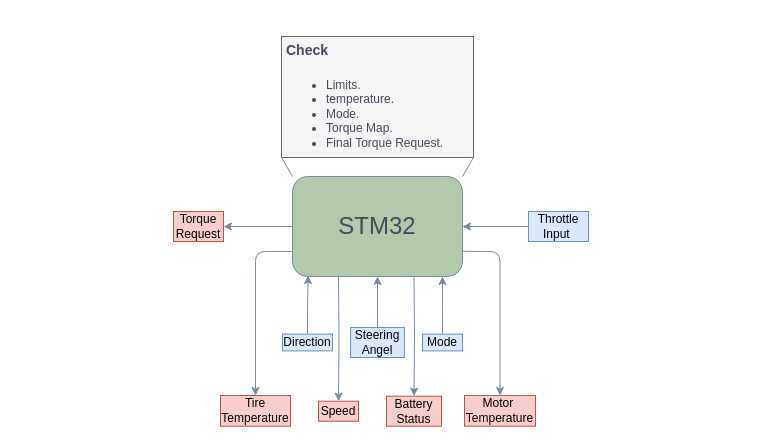
Mostafa1Mahmoud/FlowChartofCarControlingSystem keeps this draw.io diagram as VCU Diagram.drawio. Above is the earlier version. Source tidied: cells renumbered, new cells numbered last; positions are measured from the earlier drawing's top-left corner, leaving out a move shared by most shapes. Both pictures are drawn from the tidied source at 100%, with x=0, y=0 at pixel (173, 27).
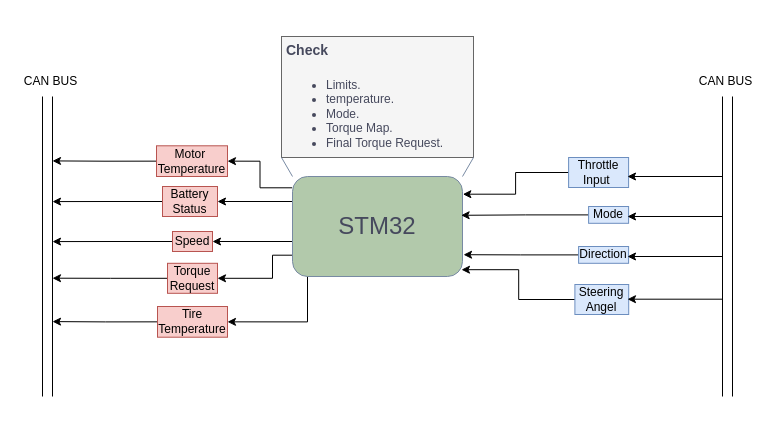
The same page after the edit.

Unchanged cells that the change refers to:
```xml
<mxCell id="6" style="rounded=1;whiteSpace=wrap;html=1;sketch=0;fontColor=#46495D;strokeColor=#788AA3;fillColor=#B2C9AB;" parent="1" vertex="1">
  <mxGeometry x="119" y="149" width="170" height="100" as="geometry" />
</mxCell>
```

What changed in the source:
```diff
@@
+    <mxCell id="26" style="edgeStyle=orthogonalEdgeStyle;rounded=0;jettySize=auto;html=1;exitX=-0.002;exitY=0.113;exitDx=0;exitDy=0;entryX=1;entryY=0.5;entryDx=0;entryDy=0;exitPerimeter=0;" parent="1" edge="1" source="6" target="23">
+      <mxGeometry relative="1" as="geometry" />
+    </mxCell>
+    <mxCell id="27" style="edgeStyle=orthogonalEdgeStyle;rounded=0;jettySize=auto;html=1;exitX=0;exitY=0.25;exitDx=0;exitDy=0;entryX=1;entryY=0.5;entryDx=0;entryDy=0;" parent="1" edge="1" source="6" target="20">
+      <mxGeometry relative="1" as="geometry" />
+    </mxCell>
+    <mxCell id="28" style="edgeStyle=orthogonalEdgeStyle;rounded=0;jettySize=auto;html=1;exitX=0;exitY=0.75;exitDx=0;exitDy=0;entryX=1;entryY=0.5;entryDx=0;entryDy=0;" parent="1" edge="1" source="6" target="21">
+      <mxGeometry relative="1" as="geometry">
+        <Array as="points">
+          <mxPoint x="119" y="214" />
+        </Array>
+      </mxGeometry>
+    </mxCell>
-    <mxCell id="2" style="edgeStyle=orthogonalEdgeStyle;curved=0;rounded=1;sketch=0;jettySize=auto;html=1;exitX=0;exitY=0.5;exitDx=0;exitDy=0;entryX=1;entryY=0.5;entryDx=0;entryDy=0;fontColor=#46495D;strokeColor=#788AA3;fillColor=#B2C9AB;" parent="1" edge="1" source="6" target="19">
-      <mxGeometry relative="1" as="geometry" />
+    <mxCell id="2" style="edgeStyle=orthogonalEdgeStyle;rounded=0;jettySize=auto;html=1;entryX=1;entryY=0.5;entryDx=0;entryDy=0;exitX=0.008;exitY=0.787;exitDx=0;exitDy=0;exitPerimeter=0;" parent="1" edge="1" source="6" target="19">
+      <mxGeometry relative="1" as="geometry">
+        <Array as="points">
+          <mxPoint x="99" y="228" />
+          <mxPoint x="99" y="251" />
+        </Array>
+      </mxGeometry>
     </mxCell>
-    <mxCell id="3" style="edgeStyle=orthogonalEdgeStyle;curved=0;rounded=1;sketch=0;jettySize=auto;html=1;exitX=0.75;exitY=1;exitDx=0;exitDy=0;entryX=0.5;entryY=0;entryDx=0;entryDy=0;fontColor=#46495D;strokeColor=#788AA3;fillColor=#B2C9AB;" parent="1" edge="1" target="20">
-      <mxGeometry relative="1" as="geometry">
-        <mxPoint x="240.5" y="250" as="sourcePoint" />
-      </mxGeometry>
-    </mxCell>
-    <mxCell id="4" style="edgeStyle=orthogonalEdgeStyle;curved=0;rounded=1;sketch=0;jettySize=auto;html=1;exitX=1;exitY=0.75;exitDx=0;exitDy=0;entryX=0.5;entryY=0;entryDx=0;entryDy=0;fontColor=#46495D;strokeColor=#788AA3;fillColor=#B2C9AB;" parent="1" edge="1" target="23">
-      <mxGeometry relative="1" as="geometry">
-        <mxPoint x="283" y="223.7" as="sourcePoint" />
-      </mxGeometry>
-    </mxCell>
-    <mxCell id="5" style="edgeStyle=orthogonalEdgeStyle;curved=0;rounded=1;sketch=0;jettySize=auto;html=1;exitX=0;exitY=0.75;exitDx=0;exitDy=0;entryX=0.5;entryY=0;entryDx=0;entryDy=0;fontColor=#46495D;strokeColor=#788AA3;fillColor=#B2C9AB;" parent="1" edge="1" source="6" target="24">
-      <mxGeometry relative="1" as="geometry" />
+    <mxCell id="5" style="edgeStyle=orthogonalEdgeStyle;rounded=0;jettySize=auto;html=1;exitX=0.25;exitY=1;exitDx=0;exitDy=0;entryX=1;entryY=0.5;entryDx=0;entryDy=0;" parent="1" edge="1" source="6" target="24">
+      <mxGeometry relative="1" as="geometry">
+        <Array as="points">
+          <mxPoint x="134" y="249" />
+          <mxPoint x="134" y="294" />
+        </Array>
+      </mxGeometry>
     </mxCell>
@@
-    <mxCell id="8" style="edgeStyle=orthogonalEdgeStyle;curved=0;rounded=1;sketch=0;jettySize=auto;html=1;exitX=0;exitY=0.5;exitDx=0;exitDy=0;entryX=1;entryY=0.5;entryDx=0;entryDy=0;fontColor=#46495D;strokeColor=#788AA3;fillColor=#B2C9AB;" parent="1" edge="1" source="9" target="6">
+    <mxCell id="8" style="edgeStyle=orthogonalEdgeStyle;rounded=0;jettySize=auto;html=1;exitX=0;exitY=0.5;exitDx=0;exitDy=0;entryX=1.002;entryY=0.177;entryDx=0;entryDy=0;entryPerimeter=0;" parent="1" edge="1" source="9" target="6">
       <mxGeometry relative="1" as="geometry" />
     </mxCell>
     <mxCell id="9" value="Throttle Input&amp;nbsp;" style="text;html=1;strokeColor=#6c8ebf;fillColor=#dae8fc;align=center;verticalAlign=middle;whiteSpace=wrap;rounded=0;sketch=0;" parent="1" vertex="1">
-      <mxGeometry x="355" y="184" width="60" height="30" as="geometry" />
+      <mxGeometry x="395.1" y="130" width="60" height="30" as="geometry" />
     </mxCell>
-    <mxCell id="10" style="edgeStyle=orthogonalEdgeStyle;curved=0;rounded=1;sketch=0;jettySize=auto;html=1;exitX=0.5;exitY=0;exitDx=0;exitDy=0;entryX=0.882;entryY=1;entryDx=0;entryDy=0;entryPerimeter=0;fontColor=#46495D;strokeColor=#788AA3;fillColor=#B2C9AB;" parent="1" edge="1" source="11" target="6">
+    <mxCell id="10" style="edgeStyle=orthogonalEdgeStyle;rounded=0;jettySize=auto;html=1;exitX=0;exitY=0.5;exitDx=0;exitDy=0;entryX=0.992;entryY=0.388;entryDx=0;entryDy=0;entryPerimeter=0;" parent="1" edge="1" source="11" target="6">
       <mxGeometry relative="1" as="geometry" />
     </mxCell>
     <mxCell id="11" value="Mode" style="text;html=1;strokeColor=#6c8ebf;fillColor=#dae8fc;align=center;verticalAlign=middle;whiteSpace=wrap;rounded=0;sketch=0;" parent="1" vertex="1">
-      <mxGeometry x="249" y="306.6" width="40" height="16.8" as="geometry" />
+      <mxGeometry x="415.1" y="179" width="40" height="16.8" as="geometry" />
     </mxCell>
@@
-    <mxCell id="15" style="edgeStyle=orthogonalEdgeStyle;curved=0;rounded=1;sketch=0;jettySize=auto;html=1;exitX=0.5;exitY=0;exitDx=0;exitDy=0;entryX=0.5;entryY=1;entryDx=0;entryDy=0;fontColor=#46495D;strokeColor=#788AA3;fillColor=#B2C9AB;" parent="1" edge="1" source="16" target="6">
+    <mxCell id="15" style="edgeStyle=orthogonalEdgeStyle;rounded=0;jettySize=auto;html=1;exitX=0;exitY=0.5;exitDx=0;exitDy=0;entryX=0.994;entryY=0.932;entryDx=0;entryDy=0;entryPerimeter=0;" parent="1" edge="1" source="16" target="6">
       <mxGeometry relative="1" as="geometry" />
     </mxCell>
     <mxCell id="16" value="Steering Angel" style="text;html=1;strokeColor=#6c8ebf;fillColor=#dae8fc;align=center;verticalAlign=middle;whiteSpace=wrap;rounded=0;sketch=0;" parent="1" vertex="1">
-      <mxGeometry x="177.1" y="300" width="53.8" height="30" as="geometry" />
+      <mxGeometry x="401.4" y="257" width="53.8" height="30" as="geometry" />
     </mxCell>
-    <mxCell id="17" style="edgeStyle=orthogonalEdgeStyle;curved=0;rounded=1;sketch=0;jettySize=auto;html=1;exitX=0.5;exitY=0;exitDx=0;exitDy=0;entryX=0.092;entryY=0.99;entryDx=0;entryDy=0;entryPerimeter=0;fontColor=#46495D;strokeColor=#788AA3;fillColor=#B2C9AB;" parent="1" edge="1" source="18" target="6">
+    <mxCell id="17" style="edgeStyle=orthogonalEdgeStyle;rounded=0;jettySize=auto;html=1;exitX=0;exitY=0.5;exitDx=0;exitDy=0;entryX=1.006;entryY=0.782;entryDx=0;entryDy=0;entryPerimeter=0;" parent="1" edge="1" source="18" target="6">
       <mxGeometry relative="1" as="geometry" />
     </mxCell>
     <mxCell id="18" value="Direction" style="text;html=1;strokeColor=#6c8ebf;fillColor=#dae8fc;align=center;verticalAlign=middle;whiteSpace=wrap;rounded=0;sketch=0;" parent="1" vertex="1">
-      <mxGeometry x="109" y="306.6" width="50" height="16.8" as="geometry" />
+      <mxGeometry x="405.1" y="219" width="50" height="16.8" as="geometry" />
     </mxCell>
+    <mxCell id="29" style="edgeStyle=orthogonalEdgeStyle;rounded=0;jettySize=auto;html=1;exitX=0;exitY=0.5;exitDx=0;exitDy=0;" parent="1" edge="1" source="19">
+      <mxGeometry relative="1" as="geometry">
+        <mxPoint x="-121" y="250.7" as="targetPoint" />
+      </mxGeometry>
+    </mxCell>
     <mxCell id="19" value="Torque Request" style="text;html=1;strokeColor=#b85450;fillColor=#f8cecc;align=center;verticalAlign=middle;whiteSpace=wrap;rounded=0;sketch=0;" parent="1" vertex="1">
-      <mxGeometry y="184" width="50" height="30" as="geometry" />
+      <mxGeometry x="-6" y="235.8" width="50" height="30" as="geometry" />
     </mxCell>
+    <mxCell id="30" style="edgeStyle=orthogonalEdgeStyle;rounded=0;jettySize=auto;html=1;exitX=0;exitY=0.5;exitDx=0;exitDy=0;" parent="1" edge="1" source="20">
+      <mxGeometry relative="1" as="geometry">
+        <mxPoint x="-121" y="174.1" as="targetPoint" />
+      </mxGeometry>
+    </mxCell>
     <mxCell id="20" value="Battery Status" style="text;html=1;strokeColor=#b85450;fillColor=#f8cecc;align=center;verticalAlign=middle;whiteSpace=wrap;rounded=0;sketch=0;" parent="1" vertex="1">
-      <mxGeometry x="213" y="368.7" width="55" height="30" as="geometry" />
+      <mxGeometry x="-11" y="159" width="55" height="30" as="geometry" />
     </mxCell>
+    <mxCell id="31" style="edgeStyle=orthogonalEdgeStyle;rounded=0;jettySize=auto;html=1;exitX=0;exitY=0.5;exitDx=0;exitDy=0;" parent="1" edge="1" source="21">
+      <mxGeometry relative="1" as="geometry">
+        <mxPoint x="-121" y="214.1" as="targetPoint" />
+      </mxGeometry>
+    </mxCell>
     <mxCell id="21" value="Speed" style="text;html=1;strokeColor=#b85450;fillColor=#f8cecc;align=center;verticalAlign=middle;whiteSpace=wrap;rounded=0;sketch=0;" parent="1" vertex="1">
-      <mxGeometry x="145" y="373.7" width="40" height="20" as="geometry" />
+      <mxGeometry x="-1" y="204" width="40" height="20" as="geometry" />
     </mxCell>
-    <mxCell id="22" style="edgeStyle=orthogonalEdgeStyle;curved=0;rounded=1;sketch=0;jettySize=auto;html=1;exitX=0.75;exitY=1;exitDx=0;exitDy=0;entryX=0.5;entryY=0;entryDx=0;entryDy=0;fontColor=#46495D;strokeColor=#788AA3;fillColor=#B2C9AB;" parent="1" edge="1" target="21">
-      <mxGeometry relative="1" as="geometry">
-        <mxPoint x="165" y="249" as="sourcePoint" />
-      </mxGeometry>
-    </mxCell>
+    <mxCell id="32" style="edgeStyle=orthogonalEdgeStyle;rounded=0;jettySize=auto;html=1;exitX=0;exitY=0.5;exitDx=0;exitDy=0;" parent="1" edge="1" source="23">
+      <mxGeometry relative="1" as="geometry">
+        <mxPoint x="-121" y="133.4" as="targetPoint" />
+      </mxGeometry>
+    </mxCell>
     <mxCell id="23" value="Motor&amp;nbsp;&lt;br&gt;Temperature" style="text;html=1;strokeColor=#b85450;fillColor=#f8cecc;align=center;verticalAlign=middle;whiteSpace=wrap;rounded=0;sketch=0;" parent="1" vertex="1">
-      <mxGeometry x="291" y="368" width="71" height="30.7" as="geometry" />
+      <mxGeometry x="-17" y="118.3" width="71" height="30.7" as="geometry" />
     </mxCell>
+    <mxCell id="33" style="edgeStyle=orthogonalEdgeStyle;rounded=0;jettySize=auto;html=1;exitX=0;exitY=0.5;exitDx=0;exitDy=0;" parent="1" edge="1" source="24">
+      <mxGeometry relative="1" as="geometry">
+        <mxPoint x="-121" y="294.1" as="targetPoint" />
+      </mxGeometry>
+    </mxCell>
     <mxCell id="24" value="Tire&lt;br&gt;Temperature" style="text;html=1;strokeColor=#b85450;fillColor=#f8cecc;align=center;verticalAlign=middle;whiteSpace=wrap;rounded=0;sketch=0;" parent="1" vertex="1">
-      <mxGeometry x="47" y="368" width="70" height="30.7" as="geometry" />
+      <mxGeometry x="-16" y="279" width="70" height="30.7" as="geometry" />
     </mxCell>
@@
+    <mxCell id="34" style="endArrow=none;html=1;" parent="1" edge="1">
+      <mxGeometry relative="1" as="geometry">
+        <mxPoint x="559" y="369" as="sourcePoint" />
+        <mxPoint x="559" y="69" as="targetPoint" />
+      </mxGeometry>
+    </mxCell>
+    <mxCell id="35" style="endArrow=none;html=1;" parent="1" edge="1">
+      <mxGeometry relative="1" as="geometry">
+        <mxPoint x="549" y="369" as="sourcePoint" />
+        <mxPoint x="549" y="69" as="targetPoint" />
+      </mxGeometry>
+    </mxCell>
+    <mxCell id="36" style="endArrow=none;html=1;" parent="1" edge="1">
+      <mxGeometry relative="1" as="geometry">
+        <mxPoint x="-121" y="369" as="sourcePoint" />
+        <mxPoint x="-121" y="69" as="targetPoint" />
+      </mxGeometry>
+    </mxCell>
+    <mxCell id="37" style="endArrow=none;html=1;" parent="1" edge="1">
+      <mxGeometry relative="1" as="geometry">
+        <mxPoint x="-131" y="369" as="sourcePoint" />
+        <mxPoint x="-131" y="69" as="targetPoint" />
+      </mxGeometry>
+    </mxCell>
+    <mxCell id="38" style="endArrow=classic;html=1;" parent="1" edge="1">
+      <mxGeometry relative="1" as="geometry">
+        <mxPoint x="549" y="149" as="sourcePoint" />
+        <mxPoint x="454" y="149" as="targetPoint" />
+      </mxGeometry>
+    </mxCell>
+    <mxCell id="39" style="endArrow=classic;html=1;" parent="1" edge="1">
+      <mxGeometry relative="1" as="geometry">
+        <mxPoint x="549" y="189" as="sourcePoint" />
+        <mxPoint x="454" y="189" as="targetPoint" />
+      </mxGeometry>
+    </mxCell>
+    <mxCell id="40" style="endArrow=classic;html=1;" parent="1" edge="1">
+      <mxGeometry relative="1" as="geometry">
+        <mxPoint x="549" y="229" as="sourcePoint" />
+        <mxPoint x="454" y="229" as="targetPoint" />
+      </mxGeometry>
+    </mxCell>
+    <mxCell id="41" style="endArrow=classic;html=1;" parent="1" edge="1">
+      <mxGeometry relative="1" as="geometry">
+        <mxPoint x="549" y="271.7" as="sourcePoint" />
+        <mxPoint x="454" y="271.7" as="targetPoint" />
+      </mxGeometry>
+    </mxCell>
+    <mxCell id="42" value="CAN BUS" style="text;html=1;align=center;verticalAlign=middle;strokeColor=none;" parent="1" vertex="1">
+      <mxGeometry x="519" y="44" width="65" height="20" as="geometry" />
+    </mxCell>
+    <mxCell id="43" value="CAN BUS" style="text;html=1;align=center;verticalAlign=middle;strokeColor=none;" parent="1" vertex="1">
+      <mxGeometry x="-156" y="44" width="65" height="20" as="geometry" />
+    </mxCell>
```
